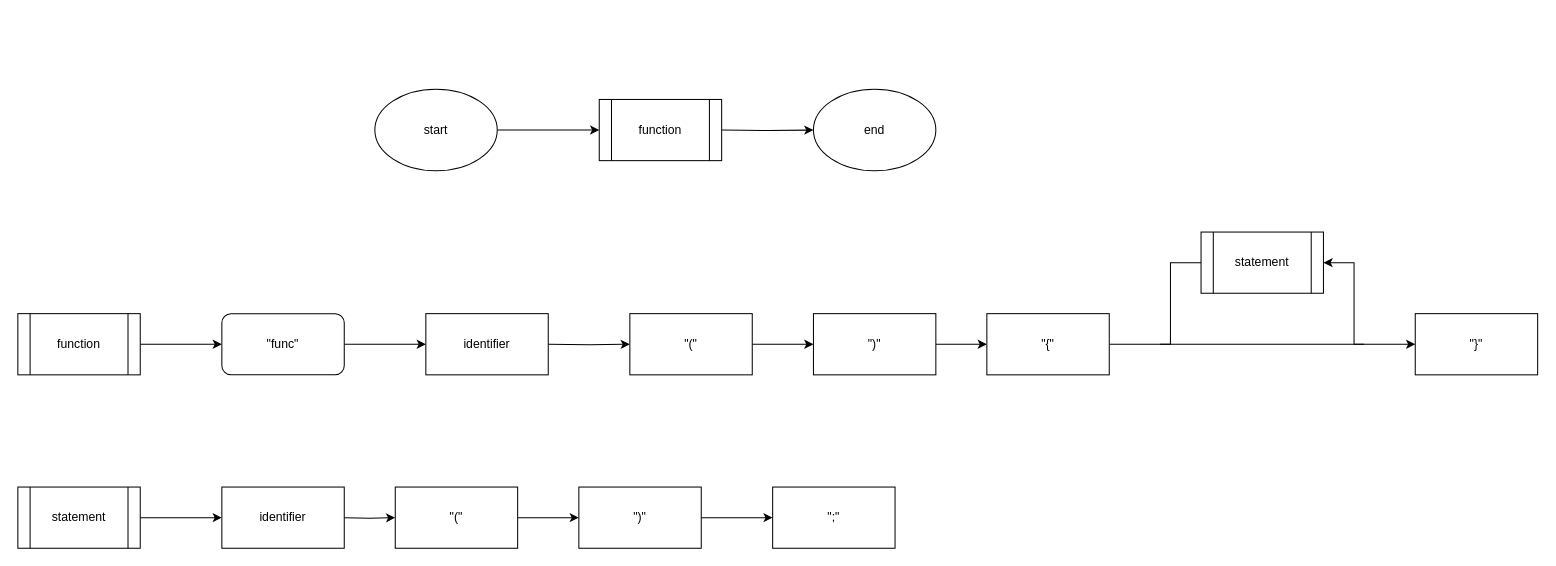
DavidC1999/C2 keeps this draw.io diagram as grammar.drawio. Above is the earlier version. Source tidied: cells renumbered, new cells numbered last; positions are measured from the earlier drawing's top-left corner, leaving out a move shared by most shapes. Both pictures are drawn from the tidied source at 102%, with x=0, y=0 at pixel (17, 89).
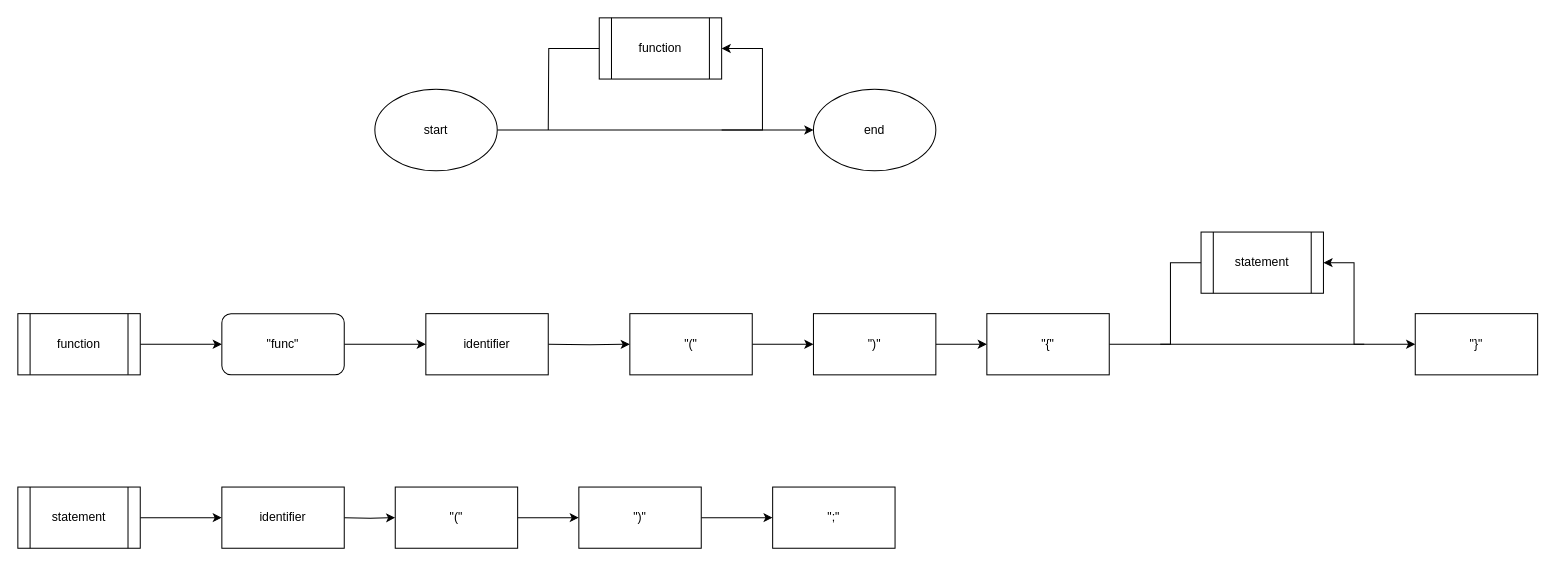
The same page after the edit.

Unchanged cells that the change refers to:
```xml
<mxCell id="3" value="&lt;div&gt;start&lt;/div&gt;" style="ellipse;whiteSpace=wrap;html=1;" parent="1" vertex="1">
  <mxGeometry x="350" width="120" height="80" as="geometry" />
</mxCell>
<mxCell id="5" value="&lt;div&gt;end&lt;/div&gt;" style="ellipse;whiteSpace=wrap;html=1;" parent="1" vertex="1">
  <mxGeometry x="780" width="120" height="80" as="geometry" />
</mxCell>
```

The edit, as a diff of the source:
```diff
@@
-    <mxCell id="2" style="edgeStyle=orthogonalEdgeStyle;rounded=0;jettySize=auto;html=1;" parent="1" edge="1" source="3">
-      <mxGeometry relative="1" as="geometry">
-        <mxPoint x="570" y="40" as="targetPoint" />
-      </mxGeometry>
+    <mxCell id="2" style="edgeStyle=orthogonalEdgeStyle;rounded=0;jettySize=auto;html=1;" parent="1" edge="1" source="3" target="5">
+      <mxGeometry relative="1" as="geometry" />
     </mxCell>
@@
-    <mxCell id="4" style="edgeStyle=orthogonalEdgeStyle;rounded=0;jettySize=auto;html=1;" parent="1" edge="1" target="5">
+    <mxCell id="4" style="edgeStyle=orthogonalEdgeStyle;rounded=0;jettySize=auto;html=1;" parent="1" edge="1" target="11">
       <mxGeometry relative="1" as="geometry">
         <mxPoint x="690" y="40" as="sourcePoint" />
+        <Array as="points">
+          <mxPoint x="730" y="40" />
+          <mxPoint x="730" y="-40" />
+        </Array>
       </mxGeometry>
     </mxCell>
@@
     <mxCell id="11" value="function" style="shape=process;whiteSpace=wrap;html=1;backgroundOutline=1;" parent="1" vertex="1">
-      <mxGeometry x="570" y="10" width="120" height="60" as="geometry" />
+      <mxGeometry x="570" y="-70" width="120" height="60" as="geometry" />
     </mxCell>
@@
+    <mxCell id="32" style="endArrow=none;html=1;rounded=0;edgeStyle=orthogonalEdgeStyle;endFill=0;" parent="1" edge="1" source="11">
+      <mxGeometry relative="1" as="geometry">
+        <mxPoint x="520" y="40" as="targetPoint" />
+      </mxGeometry>
+    </mxCell>
```
